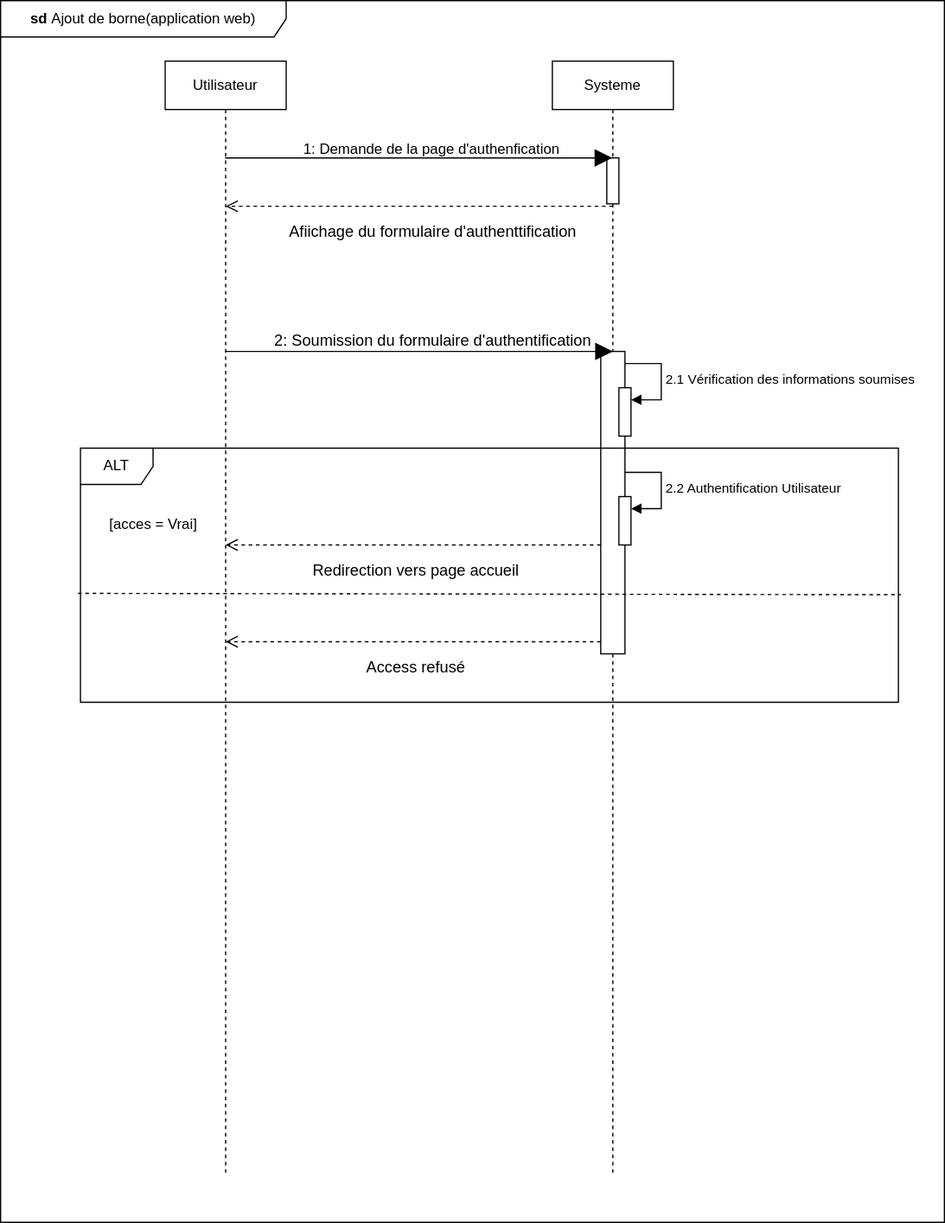
Siluearsene/borne_biometrique keeps this draw.io diagram as static/Diagramme de séquence ajout de borne dans flask .drawio.svg. Above is the earlier version. Source tidied: cells renumbered, new cells last; positions are measured from the earlier drawing's top-left corner, leaving out a move shared by most shapes. The source it was exported from:
```xml
<mxGraphModel>
  <root>
    <mxCell id="0" />
    <mxCell id="1" parent="0" />
    <mxCell id="2" value="&lt;b&gt;sd&lt;/b&gt;&amp;nbsp;Ajout de borne(application web)" style="shape=umlFrame;whiteSpace=wrap;html=1;width=236;height=30;rounded=0;" parent="1" vertex="1">
      <mxGeometry width="780" height="1010" as="geometry" />
    </mxCell>
    <mxCell id="3" value="Utilisateur" style="shape=umlLifeline;perimeter=lifelinePerimeter;whiteSpace=wrap;html=1;newEdgeStyle={&quot;edgeStyle&quot;:&quot;elbowEdgeStyle&quot;,&quot;elbow&quot;:&quot;vertical&quot;,&quot;curved&quot;:0,&quot;rounded&quot;:0};rounded=0;" parent="1" vertex="1">
      <mxGeometry x="136" y="50" width="100" height="920" as="geometry" />
    </mxCell>
    <mxCell id="4" value="Systeme" style="shape=umlLifeline;perimeter=lifelinePerimeter;whiteSpace=wrap;html=1;newEdgeStyle={&quot;edgeStyle&quot;:&quot;elbowEdgeStyle&quot;,&quot;elbow&quot;:&quot;vertical&quot;,&quot;curved&quot;:0,&quot;rounded&quot;:0};rounded=0;" parent="1" vertex="1">
      <mxGeometry x="456" y="50" width="100" height="920" as="geometry" />
    </mxCell>
    <mxCell id="5" style="html=1;perimeter=orthogonalPerimeter;targetShapes=umlLifeline;newEdgeStyle={&quot;edgeStyle&quot;:&quot;elbowEdgeStyle&quot;,&quot;elbow&quot;:&quot;vertical&quot;,&quot;curved&quot;:0,&quot;rounded&quot;:0};rounded=0;" parent="4" vertex="1">
      <mxGeometry x="45" y="80" width="10" height="38" as="geometry" />
    </mxCell>
    <mxCell id="6" style="html=1;points=[];perimeter=orthogonalPerimeter;outlineConnect=0;targetShapes=umlLifeline;portConstraint=eastwest;newEdgeStyle={&quot;edgeStyle&quot;:&quot;elbowEdgeStyle&quot;,&quot;elbow&quot;:&quot;vertical&quot;,&quot;curved&quot;:0,&quot;rounded&quot;:0};rounded=0;" parent="4" vertex="1">
      <mxGeometry x="40" y="240" width="20" height="250" as="geometry" />
    </mxCell>
    <mxCell id="7" style="html=1;points=[];perimeter=orthogonalPerimeter;outlineConnect=0;targetShapes=umlLifeline;portConstraint=eastwest;newEdgeStyle={&quot;edgeStyle&quot;:&quot;elbowEdgeStyle&quot;,&quot;elbow&quot;:&quot;vertical&quot;,&quot;curved&quot;:0,&quot;rounded&quot;:0};" parent="4" vertex="1">
      <mxGeometry x="55" y="270" width="10" height="40" as="geometry" />
    </mxCell>
    <mxCell id="8" value="2.1 Vérification des informations soumises" style="html=1;align=left;spacingLeft=2;endArrow=block;rounded=0;edgeStyle=orthogonalEdgeStyle;curved=0;rounded=0;" parent="4" edge="1" target="7">
      <mxGeometry relative="1" as="geometry">
        <mxPoint x="60" y="250" as="sourcePoint" />
        <Array as="points">
          <mxPoint x="90" y="280" />
        </Array>
      </mxGeometry>
    </mxCell>
    <mxCell id="9" style="html=1;points=[];perimeter=orthogonalPerimeter;outlineConnect=0;targetShapes=umlLifeline;portConstraint=eastwest;newEdgeStyle={&quot;edgeStyle&quot;:&quot;elbowEdgeStyle&quot;,&quot;elbow&quot;:&quot;vertical&quot;,&quot;curved&quot;:0,&quot;rounded&quot;:0};" parent="4" vertex="1">
      <mxGeometry x="55" y="360" width="10" height="40" as="geometry" />
    </mxCell>
    <mxCell id="10" value="2.2 Authentification Utilisateur&amp;nbsp;" style="html=1;align=left;spacingLeft=2;endArrow=block;rounded=0;edgeStyle=orthogonalEdgeStyle;curved=0;rounded=0;" parent="4" edge="1" target="9">
      <mxGeometry relative="1" as="geometry">
        <mxPoint x="60" y="340" as="sourcePoint" />
        <Array as="points">
          <mxPoint x="90" y="370" />
        </Array>
      </mxGeometry>
    </mxCell>
    <mxCell id="11" style="endArrow=block;endFill=1;endSize=12;html=1;rounded=0;" parent="1" edge="1">
      <mxGeometry relative="1" as="geometry">
        <mxPoint x="185.5" y="130" as="sourcePoint" />
        <mxPoint x="505.5" y="130" as="targetPoint" />
      </mxGeometry>
    </mxCell>
    <mxCell id="12" style="endArrow=block;endFill=1;endSize=12;html=1;rounded=0;" parent="1" edge="1">
      <mxGeometry relative="1" as="geometry">
        <mxPoint x="186" y="290" as="sourcePoint" />
        <mxPoint x="506" y="290" as="targetPoint" />
      </mxGeometry>
    </mxCell>
    <mxCell id="13" value="&lt;font style=&quot;font-size: 13px;&quot;&gt;2: Soumission du formulaire d'authentification&lt;/font&gt;" style="edgeLabel;html=1;align=center;verticalAlign=middle;rounded=0;" parent="12" vertex="1">
      <mxGeometry x="-0.51" y="2" relative="1" as="geometry">
        <mxPoint x="91" y="-8" as="offset" />
      </mxGeometry>
    </mxCell>
    <mxCell id="14" value="1: Demande de la page d'authenfication" style="text;html=1;align=center;verticalAlign=middle;strokeColor=none;fillColor=none;rounded=0;" parent="1" vertex="1">
      <mxGeometry x="236" y="108" width="240" height="30" as="geometry" />
    </mxCell>
    <mxCell id="15" style="html=1;verticalAlign=bottom;endArrow=open;dashed=1;endSize=8;edgeStyle=elbowEdgeStyle;elbow=vertical;curved=0;rounded=0;" parent="1" edge="1">
      <mxGeometry relative="1" as="geometry">
        <mxPoint x="506" y="170" as="sourcePoint" />
        <mxPoint x="186" y="170" as="targetPoint" />
        <Array as="points">
          <mxPoint x="342.5" y="170" />
        </Array>
      </mxGeometry>
    </mxCell>
    <mxCell id="16" value="&lt;font style=&quot;font-size: 13px;&quot;&gt;Afiichage du formulaire d'authenttification&lt;/font&gt;" style="edgeLabel;html=1;align=center;verticalAlign=middle;rounded=0;" parent="15" vertex="1">
      <mxGeometry x="0.12" y="1" relative="1" as="geometry">
        <mxPoint x="29" y="19" as="offset" />
      </mxGeometry>
    </mxCell>
    <mxCell id="17" value="ALT" style="shape=umlFrame;whiteSpace=wrap;html=1;" parent="1" vertex="1">
      <mxGeometry x="66" y="370" width="676" height="210" as="geometry" />
    </mxCell>
    <mxCell id="18" value="[acces = Vrai]" style="text;html=1;align=center;verticalAlign=middle;strokeColor=none;fillColor=none;" parent="1" vertex="1">
      <mxGeometry x="76" y="418" width="100" height="30" as="geometry" />
    </mxCell>
    <mxCell id="19" style="html=1;verticalAlign=bottom;endArrow=open;dashed=1;endSize=8;edgeStyle=elbowEdgeStyle;elbow=vertical;curved=0;rounded=0;" parent="1" edge="1">
      <mxGeometry relative="1" as="geometry">
        <mxPoint x="496" y="450" as="sourcePoint" />
        <mxPoint x="186" y="450" as="targetPoint" />
        <Array as="points">
          <mxPoint x="332.5" y="450" />
        </Array>
      </mxGeometry>
    </mxCell>
    <mxCell id="20" value="&lt;span style=&quot;font-size: 13px;&quot;&gt;Redirection vers page accueil&lt;/span&gt;" style="edgeLabel;html=1;align=center;verticalAlign=middle;rounded=0;" parent="19" vertex="1">
      <mxGeometry x="0.12" y="1" relative="1" as="geometry">
        <mxPoint x="19" y="19" as="offset" />
      </mxGeometry>
    </mxCell>
    <mxCell id="21" style="endArrow=none;html=1;rounded=0;exitX=0;exitY=0.757;exitDx=0;exitDy=0;exitPerimeter=0;dashed=1;" parent="1" edge="1">
      <mxGeometry relative="1" as="geometry">
        <mxPoint x="64" y="490" as="sourcePoint" />
        <mxPoint x="744" y="491" as="targetPoint" />
        <Array as="points">
          <mxPoint x="674" y="491" />
        </Array>
      </mxGeometry>
    </mxCell>
    <mxCell id="22" style="html=1;verticalAlign=bottom;endArrow=open;dashed=1;endSize=8;edgeStyle=elbowEdgeStyle;elbow=vertical;curved=0;rounded=0;exitX=0;exitY=0.96;exitDx=0;exitDy=0;exitPerimeter=0;" parent="1" edge="1" source="6">
      <mxGeometry relative="1" as="geometry">
        <mxPoint x="186" y="530" as="targetPoint" />
        <Array as="points">
          <mxPoint x="332.5" y="530" />
        </Array>
      </mxGeometry>
    </mxCell>
    <mxCell id="23" value="&lt;span style=&quot;font-size: 13px;&quot;&gt;Access refusé&lt;/span&gt;" style="edgeLabel;html=1;align=center;verticalAlign=middle;rounded=0;" parent="22" vertex="1">
      <mxGeometry x="0.12" y="1" relative="1" as="geometry">
        <mxPoint x="19" y="19" as="offset" />
      </mxGeometry>
    </mxCell>
  </root>
</mxGraphModel>
```
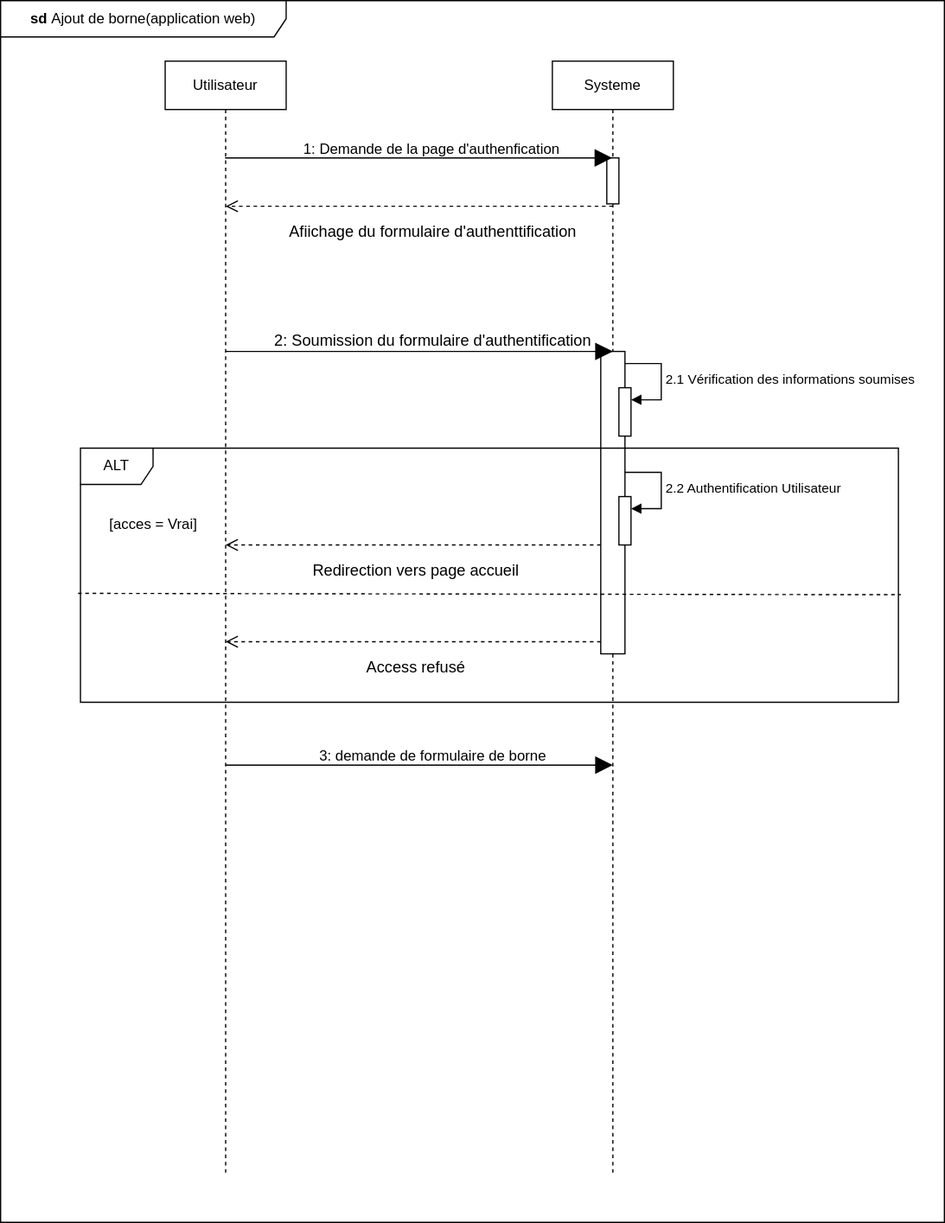
Later version of the same file.

Commit message:
Mettre à jour Diagramme de séquence ajout de borne dans flask .drawio.svg

The edit, as a diff of the source:
```diff
@@ -115,5 +115,14 @@
         <mxPoint x="19" y="19" as="offset" />
       </mxGeometry>
     </mxCell>
+    <mxCell id="24" style="endArrow=block;endFill=1;endSize=12;html=1;rounded=0;" parent="1" edge="1">
+      <mxGeometry relative="1" as="geometry">
+        <mxPoint x="186" y="632" as="sourcePoint" />
+        <mxPoint x="506" y="632" as="targetPoint" />
+      </mxGeometry>
+    </mxCell>
+    <mxCell id="25" value="3: demande de formulaire de borne" style="text;html=1;align=center;verticalAlign=middle;strokeColor=none;fillColor=none;rounded=0;" parent="1" vertex="1">
+      <mxGeometry x="251.5" y="610" width="210" height="30" as="geometry" />
+    </mxCell>
   </root>
 </mxGraphModel>
```
